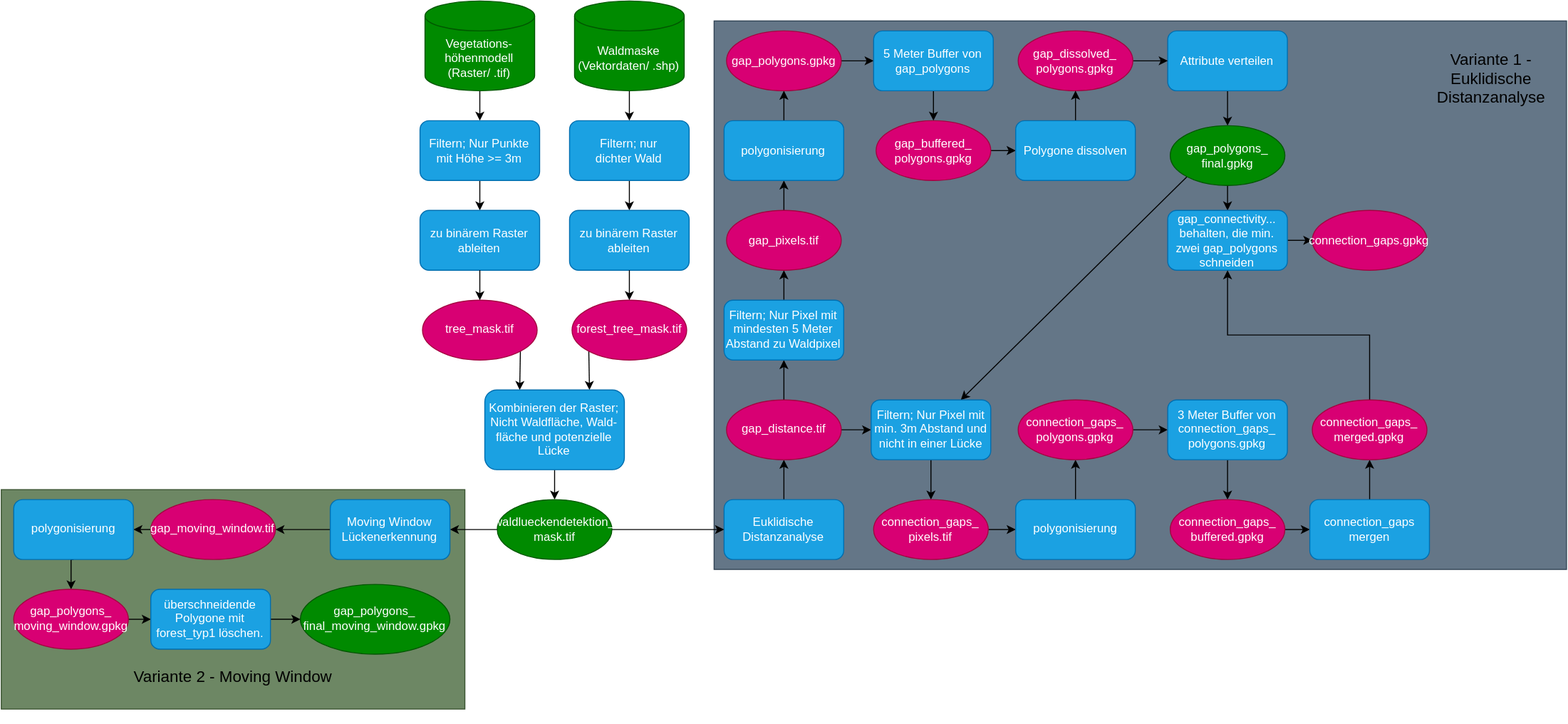
Earlier version of the draw.io export Lueckendetektion.drawio.svg (liobio72/Lueckendetektion). Source tidied: cells renumbered, new cells last; positions are measured from the earlier drawing's top-left corner, leaving out a move shared by most shapes.
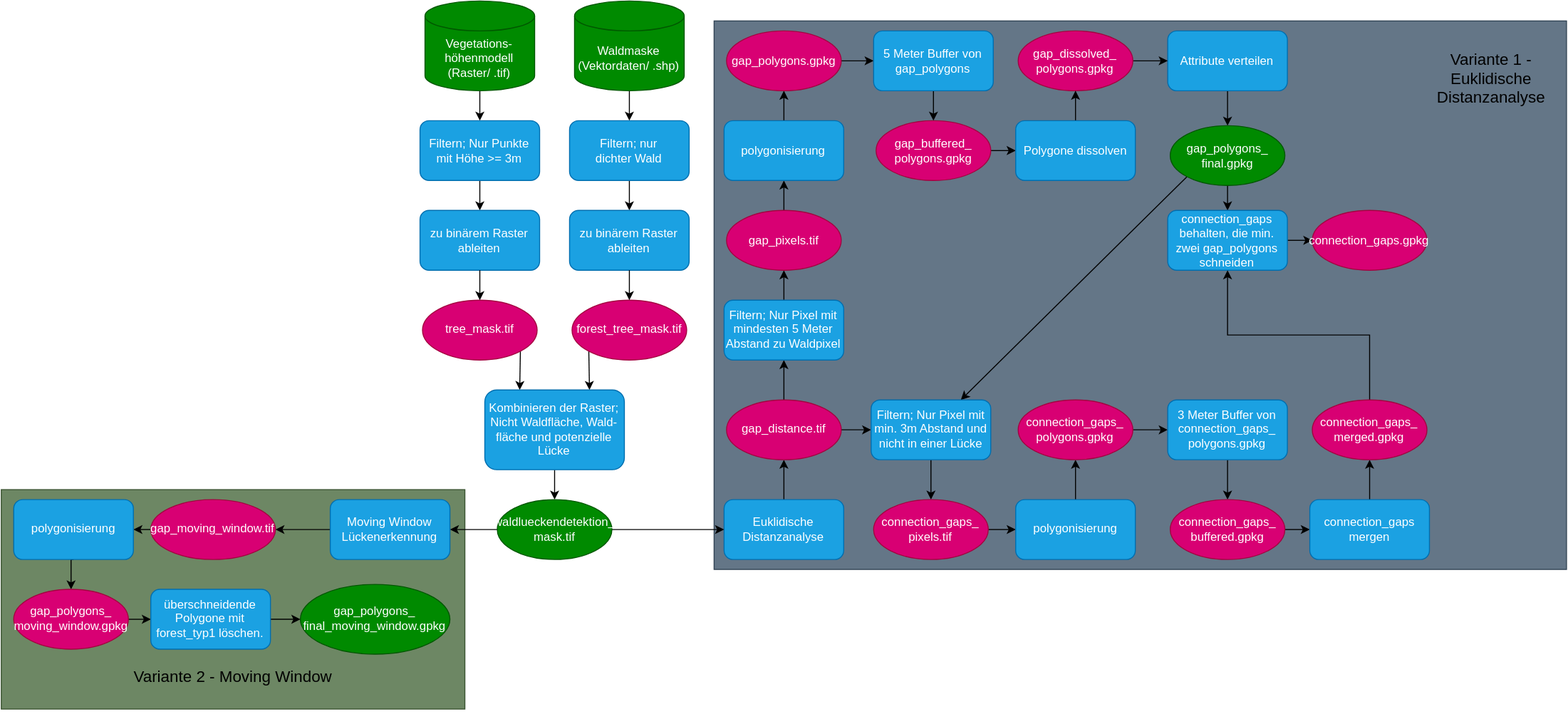
After the commit.

The edit, as a diff of the source:
```diff
@@ -227,7 +227,7 @@
     <mxCell id="76" style="edgeStyle=orthogonalEdgeStyle;rounded=0;jettySize=auto;html=1;exitX=1;exitY=0.5;exitDx=0;exitDy=0;entryX=0;entryY=0.5;entryDx=0;entryDy=0;" parent="1" edge="1" source="77" target="78">
       <mxGeometry relative="1" as="geometry" />
     </mxCell>
-    <mxCell id="77" value="gap_connectivity... behalten, die min. zwei gap_polygons schneiden" style="rounded=1;whiteSpace=wrap;html=1;fillColor=#1ba1e2;fontColor=#ffffff;strokeColor=#006EAF;" parent="1" vertex="1">
+    <mxCell id="77" value="connection_gaps behalten, die min. zwei gap_polygons schneiden" style="rounded=1;whiteSpace=wrap;html=1;fillColor=#1ba1e2;fontColor=#ffffff;strokeColor=#006EAF;" parent="1" vertex="1">
       <mxGeometry x="1170" y="210" width="120" height="60" as="geometry" />
     </mxCell>
     <mxCell id="78" value="&lt;div&gt;connection_gaps&lt;span style=&quot;background-color: transparent; color: light-dark(rgb(255, 255, 255), rgb(18, 18, 18));&quot;&gt;.gpkg&lt;/span&gt;&lt;/div&gt;" style="ellipse;whiteSpace=wrap;html=1;fillColor=#d80073;fontColor=#ffffff;strokeColor=#A50040;" parent="1" vertex="1">
```
